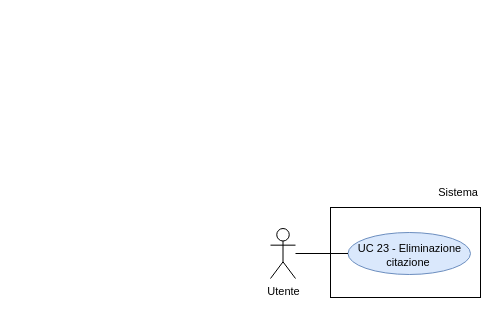
The draw.io diagram RTB/doc_esterna/analisi-dei-requisiti/assets/draw.io/UC23.drawio in thebitless-group-swe/thebitless.github.io, before the edit. Source tidied: cells renumbered, new cells numbered last; positions are measured from the earlier drawing's top-left corner, leaving out a move shared by most shapes. Both pictures are drawn from the tidied source at 100%, with x=0, y=0 at pixel (270, 177).
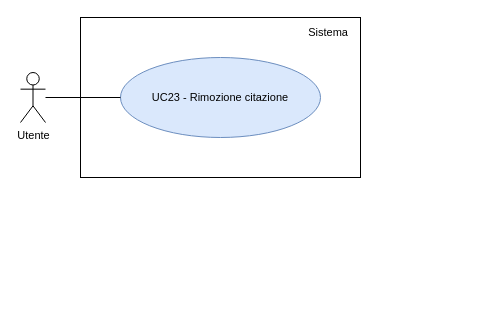
Above is the later version.

Diff of the diagram source:
```diff
@@
 <mxGraphModel>
   <root>
     <mxCell id="0" />
     <mxCell id="1" parent="0" />
     <mxCell id="2" value="Utente" style="shape=umlActor;verticalLabelPosition=bottom;verticalAlign=top;html=1;outlineConnect=0;fontSize=11;" parent="1" vertex="1">
-      <mxGeometry y="51" width="25" height="50" as="geometry" />
+      <mxGeometry x="-250" y="-105" width="25" height="50" as="geometry" />
     </mxCell>
-    <mxCell id="3" style="rounded=0;whiteSpace=wrap;html=1;strokeWidth=1;" parent="1" vertex="1">
-      <mxGeometry x="60" y="30" width="150" height="90" as="geometry" />
-    </mxCell>
+    <mxCell id="8" style="rounded=0;whiteSpace=wrap;html=1;strokeWidth=1;" parent="1" vertex="1">
+      <mxGeometry x="-190" y="-160" width="280" height="160" as="geometry" />
+    </mxCell>
     <mxCell id="4" value="Sistema" style="text;html=1;whiteSpace=wrap;strokeColor=none;fillColor=none;align=right;verticalAlign=middle;fontSize=11;" parent="1" vertex="1">
-      <mxGeometry x="150" width="60" height="30" as="geometry" />
+      <mxGeometry x="10" y="-155" width="70" height="20" as="geometry" />
     </mxCell>
-    <mxCell id="5" value="UC 23 - Eliminazione citazione&amp;nbsp;" style="ellipse;whiteSpace=wrap;html=1;fillColor=#dae8fc;strokeColor=#6c8ebf;fontSize=11;convertToSvg=1;svgWhiteSpace=wrap;labelBorderColor=none;labelBackgroundColor=none;spacingBottom=-4;" parent="1" vertex="1">
-      <mxGeometry x="77.5" y="55" width="122.5" height="42" as="geometry" />
-    </mxCell>
-    <mxCell id="6" style="edgeStyle=none;rounded=0;jettySize=auto;html=1;endArrow=none;endFill=0;" parent="1" edge="1" source="2" target="5">
-      <mxGeometry relative="1" as="geometry" />
-    </mxCell>
-    <mxCell id="7" style="edgeStyle=orthogonalEdgeStyle;rounded=0;orthogonalLoop=1;jettySize=auto;html=1;exitX=0.5;exitY=1;exitDx=0;exitDy=0;" parent="1" edge="1" source="4" target="4">
-      <mxGeometry relative="1" as="geometry" />
-    </mxCell>
+    <mxCell id="9" value="UC23 - Rimozione citazione" style="ellipse;whiteSpace=wrap;html=1;fillColor=#dae8fc;strokeColor=#6c8ebf;fontSize=11;" parent="1" vertex="1">
+      <mxGeometry x="-150" y="-120" width="200" height="80" as="geometry" />
+    </mxCell>
+    <mxCell id="10" style="edgeStyle=none;rounded=0;jettySize=auto;html=1;endArrow=none;endFill=0;" parent="1" edge="1" source="2" target="9">
+      <mxGeometry relative="1" as="geometry" />
+    </mxCell>
   </root>
 </mxGraphModel>
```
